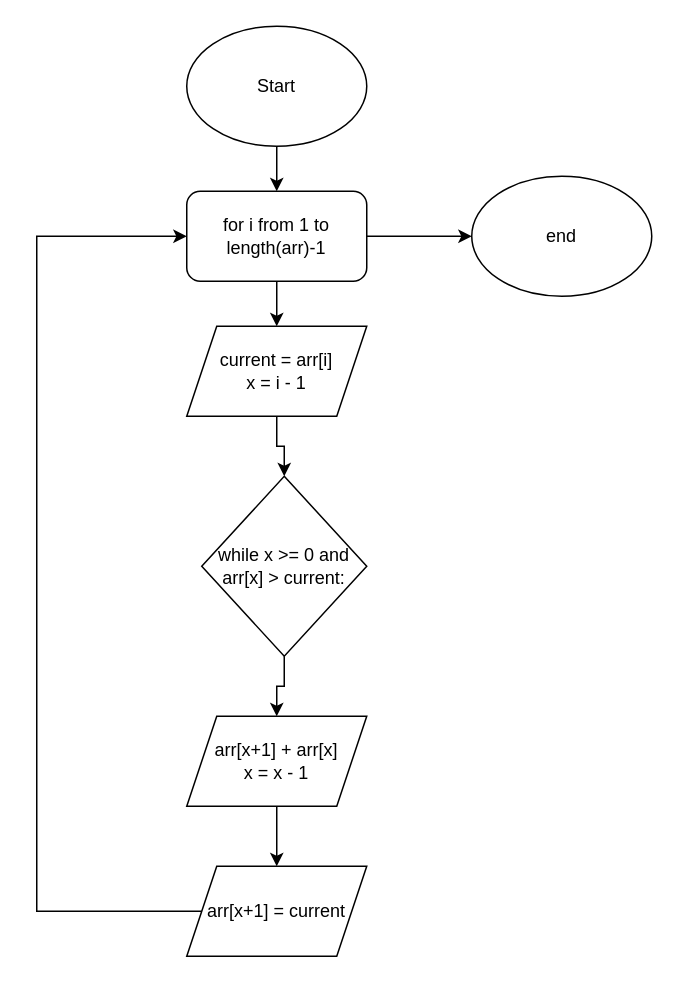
This is insertionsortalgorithm.drawio from AjBurds/CT1Flowchart, a draw.io file, before an edit. Source tidied: cells renumbered, new cells numbered last; positions are measured from the earlier drawing's top-left corner, leaving out a move shared by most shapes. Both pictures are drawn from the tidied source at 150%, with x=0, y=0 at pixel (36, 26).
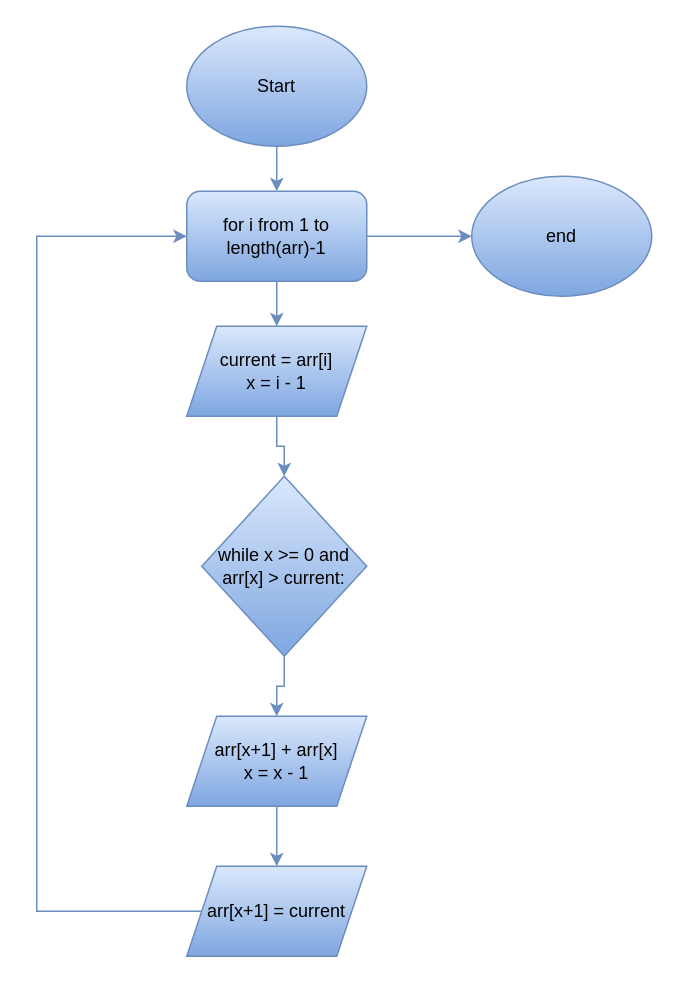
Above is the later version.

Diff of the diagram source:
```diff
@@
 <mxGraphModel>
   <root>
     <mxCell id="0" />
     <mxCell id="1" parent="0" />
-    <mxCell id="2" style="edgeStyle=orthogonalEdgeStyle;rounded=0;jettySize=auto;html=1;" parent="1" edge="1" source="3" target="6">
+    <mxCell id="2" style="edgeStyle=orthogonalEdgeStyle;rounded=0;jettySize=auto;html=1;fillColor=#dae8fc;gradientColor=#7ea6e0;strokeColor=#6c8ebf;" parent="1" edge="1" source="3" target="6">
       <mxGeometry relative="1" as="geometry" />
     </mxCell>
-    <mxCell id="3" value="Start" style="ellipse;whiteSpace=wrap;html=1;" parent="1" vertex="1">
+    <mxCell id="3" value="Start" style="ellipse;whiteSpace=wrap;html=1;fillColor=#dae8fc;gradientColor=#7ea6e0;strokeColor=#6c8ebf;" parent="1" vertex="1">
       <mxGeometry x="100" width="120" height="80" as="geometry" />
     </mxCell>
-    <mxCell id="4" style="edgeStyle=orthogonalEdgeStyle;rounded=0;jettySize=auto;html=1;" parent="1" edge="1" source="6" target="8">
+    <mxCell id="4" style="edgeStyle=orthogonalEdgeStyle;rounded=0;jettySize=auto;html=1;fillColor=#dae8fc;gradientColor=#7ea6e0;strokeColor=#6c8ebf;" parent="1" edge="1" source="6" target="8">
       <mxGeometry relative="1" as="geometry" />
     </mxCell>
-    <mxCell id="5" style="edgeStyle=orthogonalEdgeStyle;rounded=0;jettySize=auto;html=1;" parent="1" edge="1" source="6" target="15">
+    <mxCell id="5" style="edgeStyle=orthogonalEdgeStyle;rounded=0;jettySize=auto;html=1;fillColor=#dae8fc;gradientColor=#7ea6e0;strokeColor=#6c8ebf;" parent="1" edge="1" source="6" target="15">
       <mxGeometry relative="1" as="geometry" />
     </mxCell>
-    <mxCell id="6" value="for i from 1 to length(arr)-1" style="rounded=1;whiteSpace=wrap;html=1;" parent="1" vertex="1">
+    <mxCell id="6" value="for i from 1 to length(arr)-1" style="rounded=1;whiteSpace=wrap;html=1;fillColor=#dae8fc;gradientColor=#7ea6e0;strokeColor=#6c8ebf;" parent="1" vertex="1">
       <mxGeometry x="100" y="110" width="120" height="60" as="geometry" />
     </mxCell>
-    <mxCell id="7" style="edgeStyle=orthogonalEdgeStyle;rounded=0;jettySize=auto;html=1;" parent="1" edge="1" source="8" target="10">
+    <mxCell id="7" style="edgeStyle=orthogonalEdgeStyle;rounded=0;jettySize=auto;html=1;fillColor=#dae8fc;gradientColor=#7ea6e0;strokeColor=#6c8ebf;" parent="1" edge="1" source="8" target="10">
       <mxGeometry relative="1" as="geometry" />
     </mxCell>
-    <mxCell id="8" value="current = arr[i]&lt;br&gt;x = i - 1" style="shape=parallelogram;perimeter=parallelogramPerimeter;whiteSpace=wrap;html=1;fixedSize=1;" parent="1" vertex="1">
+    <mxCell id="8" value="current = arr[i]&lt;br&gt;x = i - 1" style="shape=parallelogram;perimeter=parallelogramPerimeter;whiteSpace=wrap;html=1;fixedSize=1;fillColor=#dae8fc;gradientColor=#7ea6e0;strokeColor=#6c8ebf;" parent="1" vertex="1">
       <mxGeometry x="100" y="200" width="120" height="60" as="geometry" />
     </mxCell>
-    <mxCell id="9" style="edgeStyle=orthogonalEdgeStyle;rounded=0;jettySize=auto;html=1;" parent="1" edge="1" source="10" target="12">
+    <mxCell id="9" style="edgeStyle=orthogonalEdgeStyle;rounded=0;jettySize=auto;html=1;fillColor=#dae8fc;gradientColor=#7ea6e0;strokeColor=#6c8ebf;" parent="1" edge="1" source="10" target="12">
       <mxGeometry relative="1" as="geometry" />
     </mxCell>
-    <mxCell id="10" value="while x &amp;gt;= 0 and arr[x] &amp;gt; current:" style="rhombus;whiteSpace=wrap;html=1;" parent="1" vertex="1">
+    <mxCell id="10" value="while x &amp;gt;= 0 and arr[x] &amp;gt; current:" style="rhombus;whiteSpace=wrap;html=1;fillColor=#dae8fc;gradientColor=#7ea6e0;strokeColor=#6c8ebf;" parent="1" vertex="1">
       <mxGeometry x="110" y="300" width="110" height="120" as="geometry" />
     </mxCell>
-    <mxCell id="11" style="edgeStyle=orthogonalEdgeStyle;rounded=0;jettySize=auto;html=1;" parent="1" edge="1" source="12" target="14">
+    <mxCell id="11" style="edgeStyle=orthogonalEdgeStyle;rounded=0;jettySize=auto;html=1;fillColor=#dae8fc;gradientColor=#7ea6e0;strokeColor=#6c8ebf;" parent="1" edge="1" source="12" target="14">
       <mxGeometry relative="1" as="geometry" />
     </mxCell>
-    <mxCell id="12" value="arr[x+1] + arr[x]&lt;br&gt;x = x - 1" style="shape=parallelogram;perimeter=parallelogramPerimeter;whiteSpace=wrap;html=1;fixedSize=1;" parent="1" vertex="1">
+    <mxCell id="12" value="arr[x+1] + arr[x]&lt;br&gt;x = x - 1" style="shape=parallelogram;perimeter=parallelogramPerimeter;whiteSpace=wrap;html=1;fixedSize=1;fillColor=#dae8fc;gradientColor=#7ea6e0;strokeColor=#6c8ebf;" parent="1" vertex="1">
       <mxGeometry x="100" y="460" width="120" height="60" as="geometry" />
     </mxCell>
-    <mxCell id="13" style="edgeStyle=orthogonalEdgeStyle;rounded=0;jettySize=auto;html=1;entryX=0;entryY=0.5;entryDx=0;entryDy=0;" parent="1" edge="1" source="14" target="6">
+    <mxCell id="13" style="edgeStyle=orthogonalEdgeStyle;rounded=0;jettySize=auto;html=1;entryX=0;entryY=0.5;entryDx=0;entryDy=0;fillColor=#dae8fc;gradientColor=#7ea6e0;strokeColor=#6c8ebf;" parent="1" edge="1" source="14" target="6">
       <mxGeometry relative="1" as="geometry">
         <Array as="points">
           <mxPoint y="590" />
           <mxPoint y="140" />
         </Array>
       </mxGeometry>
     </mxCell>
-    <mxCell id="14" value="arr[x+1] = current" style="shape=parallelogram;perimeter=parallelogramPerimeter;whiteSpace=wrap;html=1;fixedSize=1;" parent="1" vertex="1">
+    <mxCell id="14" value="arr[x+1] = current" style="shape=parallelogram;perimeter=parallelogramPerimeter;whiteSpace=wrap;html=1;fixedSize=1;fillColor=#dae8fc;gradientColor=#7ea6e0;strokeColor=#6c8ebf;" parent="1" vertex="1">
       <mxGeometry x="100" y="560" width="120" height="60" as="geometry" />
     </mxCell>
-    <mxCell id="15" value="end" style="ellipse;whiteSpace=wrap;html=1;" parent="1" vertex="1">
+    <mxCell id="15" value="end" style="ellipse;whiteSpace=wrap;html=1;fillColor=#dae8fc;gradientColor=#7ea6e0;strokeColor=#6c8ebf;" parent="1" vertex="1">
       <mxGeometry x="290" y="100" width="120" height="80" as="geometry" />
     </mxCell>
   </root>
 </mxGraphModel>
```
